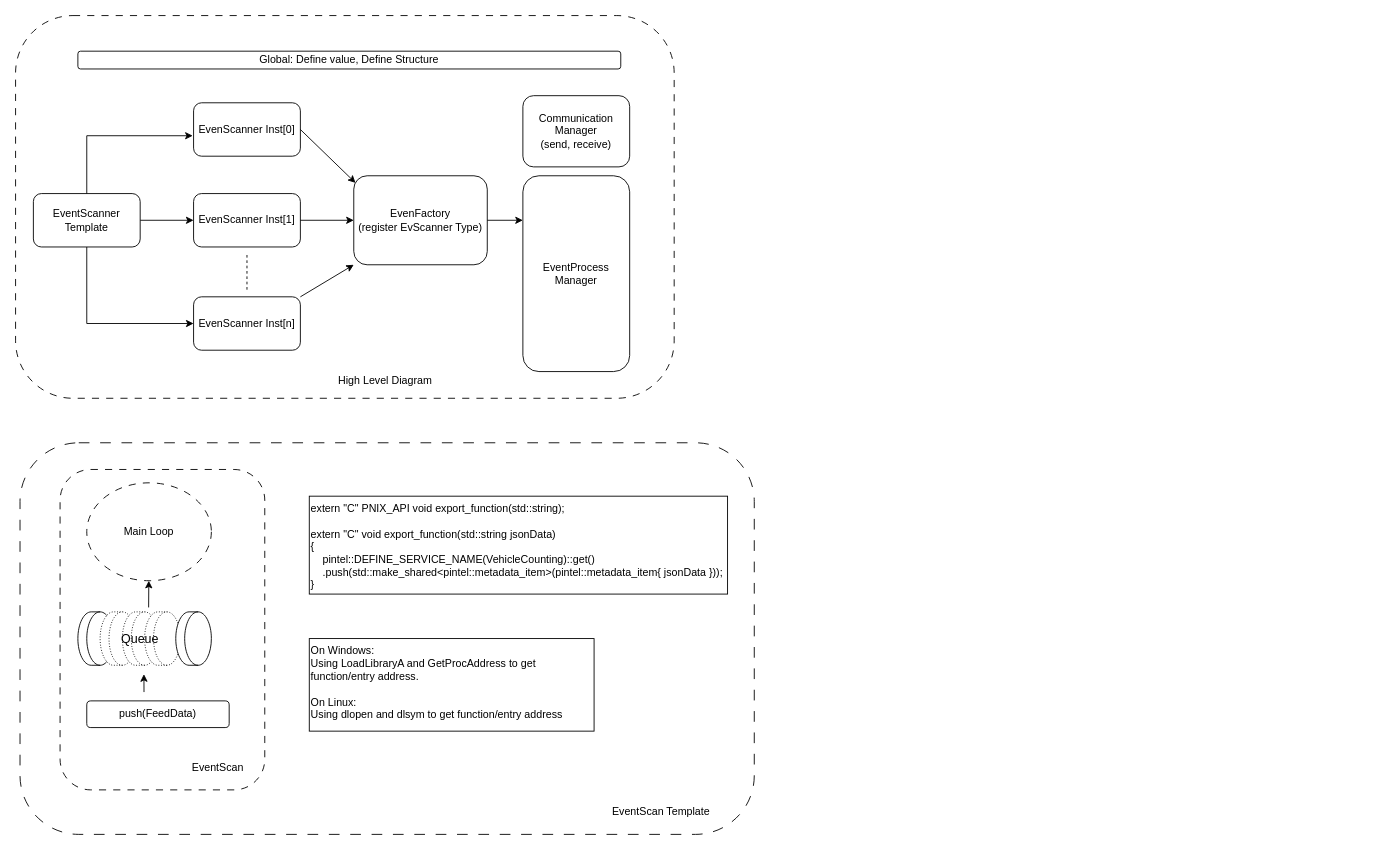
Earlier version of the draw.io diagram PNIXEventProcess.drawio (huunhan312/CodeDiagram). Source tidied: cells renumbered, new cells numbered last; positions are measured from the earlier drawing's top-left corner, leaving out a move shared by most shapes. Both pictures are drawn from the tidied source at 89%, with x=0, y=0 at pixel (15, 15).
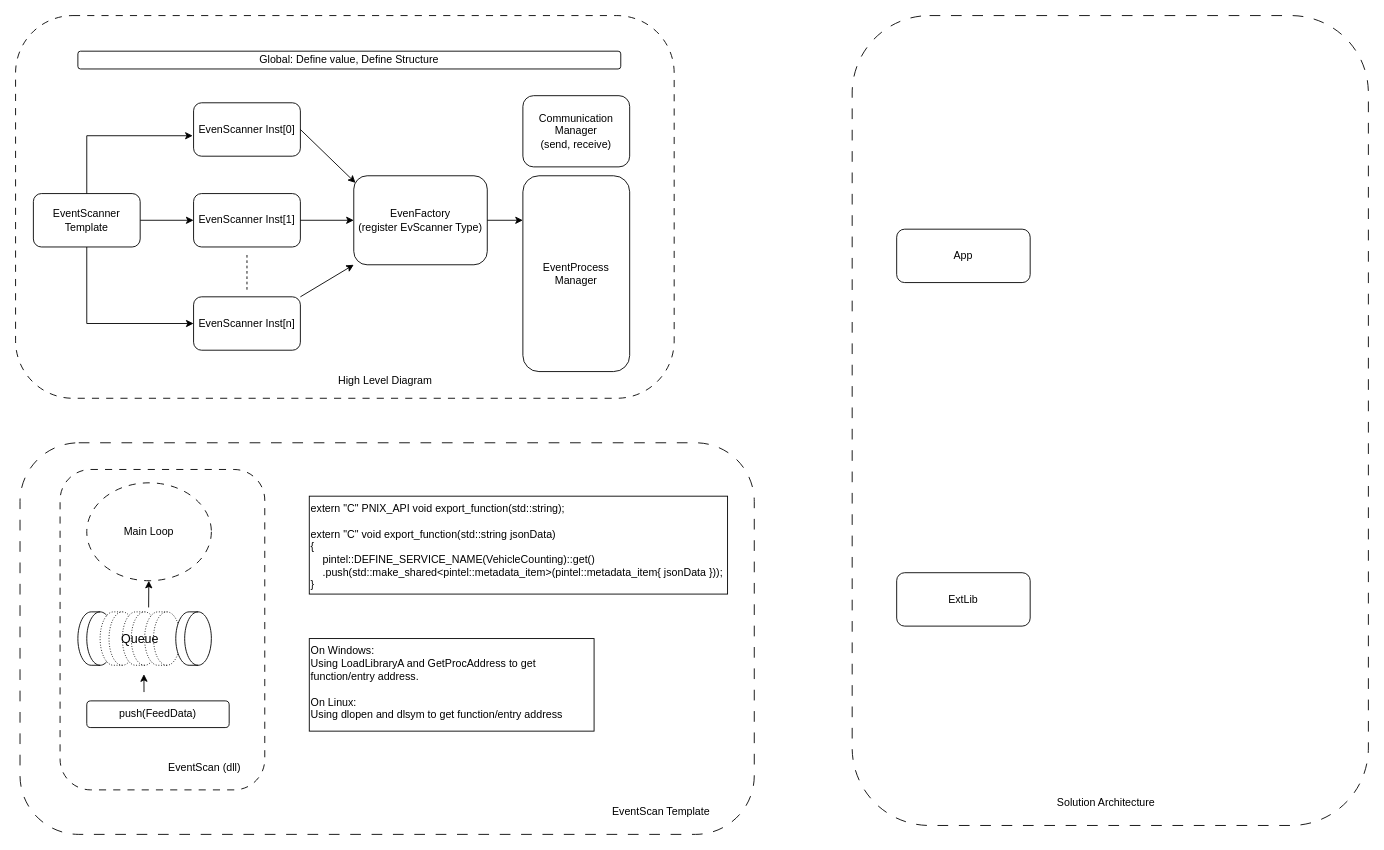
The same diagram, later.

The edit, as a diff of the source:
```diff
@@
-    <mxCell id="24" value="EventScan" style="rounded=1;whiteSpace=wrap;html=1;fillColor=none;strokeColor=none;" parent="1" vertex="1">
-      <mxGeometry x="190" y="830" width="75.2" height="30" as="geometry" />
+    <mxCell id="24" value="EventScan (dll)" style="rounded=1;whiteSpace=wrap;html=1;fillColor=none;strokeColor=none;" parent="1" vertex="1">
+      <mxGeometry x="160" y="830" width="105.2" height="30" as="geometry" />
     </mxCell>
@@
+    <mxCell id="36" style="rounded=1;whiteSpace=wrap;html=1;fillColor=none;dashed=1;dashPattern=12 12;" parent="1" vertex="1">
+      <mxGeometry x="940" width="580" height="910" as="geometry" />
+    </mxCell>
+    <mxCell id="37" value="Solution Architecture" style="text;html=1;align=center;verticalAlign=middle;strokeColor=none;fillColor=none;" parent="1" vertex="1">
+      <mxGeometry x="1160" y="870" width="130" height="30" as="geometry" />
+    </mxCell>
+    <mxCell id="38" value="ExtLib" style="rounded=1;whiteSpace=wrap;html=1;" parent="1" vertex="1">
+      <mxGeometry x="990" y="626" width="150" height="60" as="geometry" />
+    </mxCell>
+    <mxCell id="39" value="App" style="rounded=1;whiteSpace=wrap;html=1;" parent="1" vertex="1">
+      <mxGeometry x="990" y="240" width="150" height="60" as="geometry" />
+    </mxCell>
```
